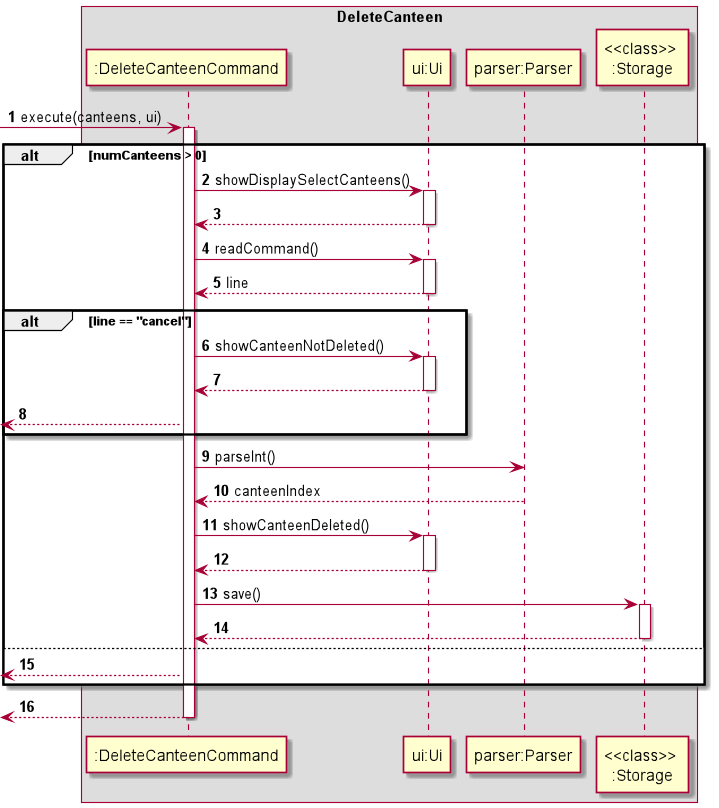
Earlier version of the PlantUML export docs/img/DeleteCanteen.png (nus-cs2113-AY2021S2/tp).
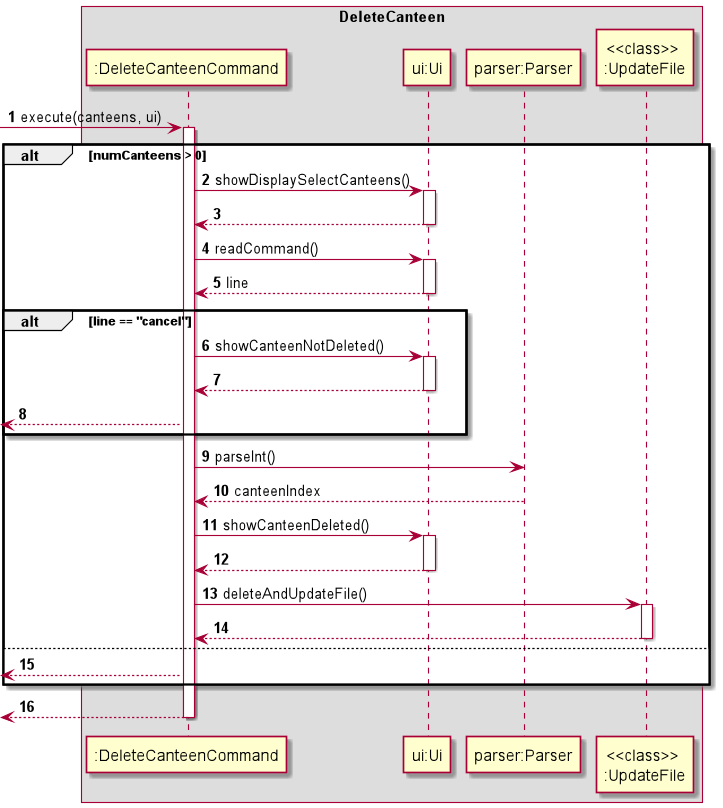
After the change.

The edit, as a diff of the source:
```diff
@@ -33,10 +33,10 @@
 "ui:Ui" --> ":DeleteCanteenCommand"
 deactivate "ui:Ui"
 
-":DeleteCanteenCommand" -> "<<class>> \n:Storage" : save()
-activate "<<class>> \n:Storage"
-"<<class>> \n:Storage" --> ":DeleteCanteenCommand"
-deactivate "<<class>> \n:Storage"
+":DeleteCanteenCommand" -> "<<class>> \n:UpdateFile" : deleteAndUpdateFile()
+activate "<<class>> \n:UpdateFile"
+"<<class>> \n:UpdateFile" --> ":DeleteCanteenCommand"
+deactivate "<<class>> \n:UpdateFile"
 
 else
 <-- ":DeleteCanteenCommand"
```
